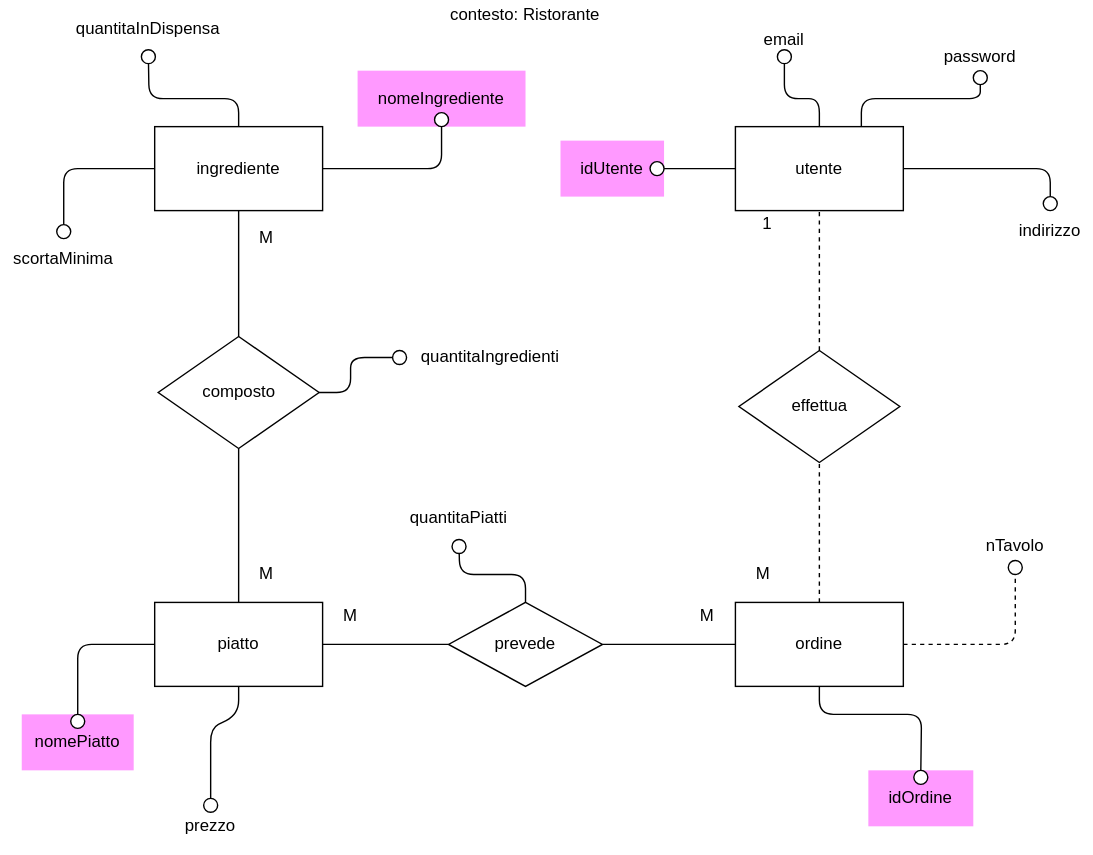
Earlier version of the draw.io export E-R_diagram.svg (Santeenee/ExamProject). Source tidied: cells renumbered, new cells last; positions are measured from the earlier drawing's top-left corner, leaving out a move shared by most shapes. The source it was exported from:
```xml
<mxGraphModel>
  <root>
    <mxCell id="0" />
    <mxCell id="1" parent="0" />
    <mxCell id="2" value="ordine" style="rounded=0;whiteSpace=wrap;html=1;" parent="1" vertex="1">
      <mxGeometry x="525" y="430" width="120" height="60" as="geometry" />
    </mxCell>
    <mxCell id="3" value="piatto" style="rounded=0;whiteSpace=wrap;html=1;" parent="1" vertex="1">
      <mxGeometry x="110" y="430" width="120" height="60" as="geometry" />
    </mxCell>
    <mxCell id="4" value="composto" style="rhombus;whiteSpace=wrap;html=1;" parent="1" vertex="1">
      <mxGeometry x="112.5" y="240" width="115" height="80" as="geometry" />
    </mxCell>
    <mxCell id="5" value="prevede" style="rhombus;whiteSpace=wrap;html=1;" parent="1" vertex="1">
      <mxGeometry x="320" y="430" width="110" height="60" as="geometry" />
    </mxCell>
    <mxCell id="6" value="nTavolo" style="text;html=1;strokeColor=none;fillColor=none;align=center;verticalAlign=middle;whiteSpace=wrap;rounded=0;" parent="1" vertex="1">
      <mxGeometry x="700" y="380" width="50" height="20" as="geometry" />
    </mxCell>
    <mxCell id="7" value="ingrediente" style="rounded=0;whiteSpace=wrap;html=1;" parent="1" vertex="1">
      <mxGeometry x="110" y="90" width="120" height="60" as="geometry" />
    </mxCell>
    <mxCell id="8" value="quantitaInDispensa" style="text;html=1;strokeColor=none;fillColor=none;align=center;verticalAlign=middle;whiteSpace=wrap;rounded=0;" parent="1" vertex="1">
      <mxGeometry x="41" width="129" height="40" as="geometry" />
    </mxCell>
    <mxCell id="9" value="scortaMinima" style="text;html=1;strokeColor=none;fillColor=none;align=center;verticalAlign=middle;whiteSpace=wrap;rounded=0;" parent="1" vertex="1">
      <mxGeometry y="160" width="90" height="50" as="geometry" />
    </mxCell>
    <mxCell id="10" value="prezzo" style="text;html=1;strokeColor=none;fillColor=none;align=center;verticalAlign=middle;whiteSpace=wrap;rounded=0;" parent="1" vertex="1">
      <mxGeometry x="120" y="570" width="60" height="40" as="geometry" />
    </mxCell>
    <mxCell id="11" value="quantitaIngredienti" style="text;html=1;strokeColor=none;fillColor=none;align=center;verticalAlign=middle;whiteSpace=wrap;rounded=0;" parent="1" vertex="1">
      <mxGeometry x="280" y="230" width="140" height="50" as="geometry" />
    </mxCell>
    <mxCell id="12" value="nomePiatto" style="text;html=1;strokeColor=none;fillColor=#FF99FF;align=center;verticalAlign=middle;whiteSpace=wrap;rounded=0;" parent="1" vertex="1">
      <mxGeometry x="15" y="510" width="80" height="40" as="geometry" />
    </mxCell>
    <mxCell id="13" value="idOrdine" style="text;html=1;strokeColor=none;fillColor=#FF99FF;align=center;verticalAlign=middle;whiteSpace=wrap;rounded=0;" parent="1" vertex="1">
      <mxGeometry x="620" y="550" width="75" height="40" as="geometry" />
    </mxCell>
    <mxCell id="14" value="indirizzo" style="text;html=1;strokeColor=none;fillColor=none;align=center;verticalAlign=middle;whiteSpace=wrap;rounded=0;" parent="1" vertex="1">
      <mxGeometry x="720" y="140" width="60" height="50" as="geometry" />
    </mxCell>
    <mxCell id="15" style="endArrow=none;dashed=1;html=1;exitX=1;exitY=0.5;exitDx=0;exitDy=0;entryX=0.5;entryY=1;entryDx=0;entryDy=0;" parent="1" edge="1" source="2" target="6">
      <mxGeometry relative="1" as="geometry">
        <Array as="points">
          <mxPoint x="725" y="460" />
        </Array>
      </mxGeometry>
    </mxCell>
    <mxCell id="16" value="nomeIngrediente" style="text;html=1;strokeColor=none;fillColor=#FF99FF;align=center;verticalAlign=middle;whiteSpace=wrap;rounded=0;" parent="1" vertex="1">
      <mxGeometry x="255" y="50" width="120" height="40" as="geometry" />
    </mxCell>
    <mxCell id="17" value="M" style="text;html=1;strokeColor=none;fillColor=none;align=center;verticalAlign=middle;whiteSpace=wrap;rounded=0;" parent="1" vertex="1">
      <mxGeometry x="170" y="400" width="40" height="20" as="geometry" />
    </mxCell>
    <mxCell id="18" value="M" style="text;html=1;strokeColor=none;fillColor=none;align=center;verticalAlign=middle;whiteSpace=wrap;rounded=0;" parent="1" vertex="1">
      <mxGeometry x="170" y="160" width="40" height="20" as="geometry" />
    </mxCell>
    <mxCell id="19" value="M" style="text;html=1;strokeColor=none;fillColor=none;align=center;verticalAlign=middle;whiteSpace=wrap;rounded=0;" parent="1" vertex="1">
      <mxGeometry x="230" y="430" width="40" height="20" as="geometry" />
    </mxCell>
    <mxCell id="20" value="M" style="text;html=1;strokeColor=none;fillColor=none;align=center;verticalAlign=middle;whiteSpace=wrap;rounded=0;" parent="1" vertex="1">
      <mxGeometry x="485" y="430" width="40" height="20" as="geometry" />
    </mxCell>
    <mxCell id="21" value="contesto: Ristorante" style="text;html=1;strokeColor=none;fillColor=none;align=center;verticalAlign=middle;whiteSpace=wrap;rounded=0;" parent="1" vertex="1">
      <mxGeometry x="310" width="130" height="20" as="geometry" />
    </mxCell>
    <mxCell id="22" value="utente" style="rounded=0;whiteSpace=wrap;html=1;" parent="1" vertex="1">
      <mxGeometry x="525" y="90" width="120" height="60" as="geometry" />
    </mxCell>
    <mxCell id="23" value="effettua" style="rhombus;whiteSpace=wrap;html=1;" parent="1" vertex="1">
      <mxGeometry x="527.5" y="250" width="115" height="80" as="geometry" />
    </mxCell>
    <mxCell id="24" value="1" style="text;html=1;strokeColor=none;fillColor=none;align=center;verticalAlign=middle;whiteSpace=wrap;rounded=0;" parent="1" vertex="1">
      <mxGeometry x="527.5" y="150" width="40" height="20" as="geometry" />
    </mxCell>
    <mxCell id="25" value="M" style="text;html=1;strokeColor=none;fillColor=none;align=center;verticalAlign=middle;whiteSpace=wrap;rounded=0;" parent="1" vertex="1">
      <mxGeometry x="525" y="400" width="40" height="20" as="geometry" />
    </mxCell>
    <mxCell id="26" value="quantitaPiatti" style="text;html=1;strokeColor=none;fillColor=none;align=center;verticalAlign=middle;whiteSpace=wrap;rounded=0;" parent="1" vertex="1">
      <mxGeometry x="280" y="350" width="95" height="40" as="geometry" />
    </mxCell>
    <mxCell id="27" style="endArrow=none;html=1;exitX=0.5;exitY=1;exitDx=0;exitDy=0;entryX=0.5;entryY=0;entryDx=0;entryDy=0;" parent="1" edge="1" source="7" target="4">
      <mxGeometry relative="1" as="geometry" />
    </mxCell>
    <mxCell id="28" style="endArrow=none;html=1;exitX=0.5;exitY=1;exitDx=0;exitDy=0;entryX=0.5;entryY=0;entryDx=0;entryDy=0;" parent="1" edge="1" source="4" target="3">
      <mxGeometry relative="1" as="geometry" />
    </mxCell>
    <mxCell id="29" style="endArrow=none;html=1;exitX=1;exitY=0.5;exitDx=0;exitDy=0;entryX=0;entryY=0.5;entryDx=0;entryDy=0;" parent="1" edge="1" source="3" target="5">
      <mxGeometry relative="1" as="geometry" />
    </mxCell>
    <mxCell id="30" style="endArrow=none;html=1;exitX=1;exitY=0.5;exitDx=0;exitDy=0;entryX=0;entryY=0.5;entryDx=0;entryDy=0;" parent="1" edge="1" source="5" target="2">
      <mxGeometry relative="1" as="geometry" />
    </mxCell>
    <mxCell id="31" style="endArrow=none;dashed=1;html=1;entryX=0.5;entryY=1;entryDx=0;entryDy=0;exitX=0.5;exitY=0;exitDx=0;exitDy=0;" parent="1" edge="1" source="23" target="22">
      <mxGeometry relative="1" as="geometry" />
    </mxCell>
    <mxCell id="32" style="endArrow=none;dashed=1;html=1;exitX=0.5;exitY=0;exitDx=0;exitDy=0;entryX=0.5;entryY=1;entryDx=0;entryDy=0;" parent="1" edge="1" source="2" target="23">
      <mxGeometry relative="1" as="geometry" />
    </mxCell>
    <mxCell id="33" value="email" style="text;html=1;strokeColor=none;fillColor=none;align=center;verticalAlign=middle;whiteSpace=wrap;rounded=0;" parent="1" vertex="1">
      <mxGeometry x="530" y="10" width="60" height="35" as="geometry" />
    </mxCell>
    <mxCell id="34" value="password" style="text;html=1;strokeColor=none;fillColor=none;align=center;verticalAlign=middle;whiteSpace=wrap;rounded=0;" parent="1" vertex="1">
      <mxGeometry x="660" y="20" width="80" height="40" as="geometry" />
    </mxCell>
    <mxCell id="35" style="ellipse;whiteSpace=wrap;html=1;fillColor=#FFFFFF;" parent="1" vertex="1">
      <mxGeometry x="50" y="510" width="10" height="10" as="geometry" />
    </mxCell>
    <mxCell id="36" style="ellipse;whiteSpace=wrap;html=1;fillColor=#FFFFFF;" parent="1" vertex="1">
      <mxGeometry x="145" y="570" width="10" height="10" as="geometry" />
    </mxCell>
    <mxCell id="37" style="endArrow=none;html=1;entryX=0.5;entryY=0;entryDx=0;entryDy=0;exitX=0.5;exitY=1;exitDx=0;exitDy=0;" parent="1" edge="1" source="33" target="22">
      <mxGeometry relative="1" as="geometry">
        <Array as="points">
          <mxPoint x="560" y="70" />
          <mxPoint x="585" y="70" />
        </Array>
      </mxGeometry>
    </mxCell>
    <mxCell id="38" style="endArrow=none;html=1;exitX=0.75;exitY=0;exitDx=0;exitDy=0;entryX=0.5;entryY=1;entryDx=0;entryDy=0;" parent="1" edge="1" source="22" target="34">
      <mxGeometry relative="1" as="geometry">
        <Array as="points">
          <mxPoint x="615" y="70" />
          <mxPoint x="700" y="70" />
        </Array>
      </mxGeometry>
    </mxCell>
    <mxCell id="39" style="endArrow=none;html=1;exitX=1;exitY=0.5;exitDx=0;exitDy=0;entryX=0.5;entryY=0;entryDx=0;entryDy=0;" parent="1" edge="1" source="22" target="14">
      <mxGeometry relative="1" as="geometry">
        <Array as="points">
          <mxPoint x="750" y="120" />
        </Array>
      </mxGeometry>
    </mxCell>
    <mxCell id="40" style="endArrow=none;html=1;exitX=0.5;exitY=1;exitDx=0;exitDy=0;entryX=0.5;entryY=0;entryDx=0;entryDy=0;" parent="1" edge="1" source="2" target="13">
      <mxGeometry relative="1" as="geometry">
        <Array as="points">
          <mxPoint x="585" y="510" />
          <mxPoint x="658" y="510" />
        </Array>
      </mxGeometry>
    </mxCell>
    <mxCell id="41" style="endArrow=none;html=1;exitX=0.5;exitY=1;exitDx=0;exitDy=0;entryX=0.5;entryY=0;entryDx=0;entryDy=0;" parent="1" edge="1" source="3" target="10">
      <mxGeometry relative="1" as="geometry">
        <Array as="points">
          <mxPoint x="170" y="510" />
          <mxPoint x="150" y="520" />
        </Array>
      </mxGeometry>
    </mxCell>
    <mxCell id="42" style="endArrow=none;html=1;exitX=0;exitY=0.5;exitDx=0;exitDy=0;entryX=0.5;entryY=0;entryDx=0;entryDy=0;" parent="1" edge="1" source="3" target="12">
      <mxGeometry relative="1" as="geometry">
        <Array as="points">
          <mxPoint x="55" y="460" />
        </Array>
      </mxGeometry>
    </mxCell>
    <mxCell id="43" style="endArrow=none;html=1;exitX=1;exitY=0.5;exitDx=0;exitDy=0;entryX=0.5;entryY=1;entryDx=0;entryDy=0;" parent="1" edge="1" source="7" target="16">
      <mxGeometry relative="1" as="geometry">
        <Array as="points">
          <mxPoint x="315" y="120" />
        </Array>
      </mxGeometry>
    </mxCell>
    <mxCell id="44" style="endArrow=none;html=1;exitX=0;exitY=0.5;exitDx=0;exitDy=0;entryX=0.5;entryY=0;entryDx=0;entryDy=0;" parent="1" edge="1" source="7" target="9">
      <mxGeometry relative="1" as="geometry">
        <Array as="points">
          <mxPoint x="45" y="120" />
        </Array>
      </mxGeometry>
    </mxCell>
    <mxCell id="45" style="endArrow=none;html=1;exitX=0.5;exitY=0;exitDx=0;exitDy=0;entryX=0.5;entryY=1;entryDx=0;entryDy=0;" parent="1" edge="1" source="7" target="8">
      <mxGeometry relative="1" as="geometry">
        <Array as="points">
          <mxPoint x="170" y="70" />
          <mxPoint x="106" y="70" />
        </Array>
      </mxGeometry>
    </mxCell>
    <mxCell id="46" style="endArrow=none;html=1;exitX=1;exitY=0.5;exitDx=0;exitDy=0;entryX=0;entryY=0.5;entryDx=0;entryDy=0;" parent="1" edge="1" source="4" target="11">
      <mxGeometry relative="1" as="geometry">
        <Array as="points">
          <mxPoint x="250" y="280" />
          <mxPoint x="250" y="255" />
        </Array>
      </mxGeometry>
    </mxCell>
    <mxCell id="47" style="endArrow=none;html=1;exitX=0.5;exitY=0;exitDx=0;exitDy=0;entryX=0.5;entryY=1;entryDx=0;entryDy=0;" parent="1" edge="1" source="5" target="26">
      <mxGeometry relative="1" as="geometry">
        <Array as="points">
          <mxPoint x="375" y="410" />
          <mxPoint x="328" y="410" />
        </Array>
      </mxGeometry>
    </mxCell>
    <mxCell id="48" style="ellipse;whiteSpace=wrap;html=1;fillColor=#FFFFFF;" parent="1" vertex="1">
      <mxGeometry x="652.5" y="550" width="10" height="10" as="geometry" />
    </mxCell>
    <mxCell id="49" style="ellipse;whiteSpace=wrap;html=1;fillColor=#FFFFFF;" parent="1" vertex="1">
      <mxGeometry x="720" y="400" width="10" height="10" as="geometry" />
    </mxCell>
    <mxCell id="50" style="ellipse;whiteSpace=wrap;html=1;fillColor=#FFFFFF;" parent="1" vertex="1">
      <mxGeometry x="745" y="140" width="10" height="10" as="geometry" />
    </mxCell>
    <mxCell id="51" style="ellipse;whiteSpace=wrap;html=1;fillColor=#FFFFFF;" parent="1" vertex="1">
      <mxGeometry x="695" y="50" width="10" height="10" as="geometry" />
    </mxCell>
    <mxCell id="52" style="ellipse;whiteSpace=wrap;html=1;fillColor=#FFFFFF;" parent="1" vertex="1">
      <mxGeometry x="555" y="35" width="10" height="10" as="geometry" />
    </mxCell>
    <mxCell id="53" style="ellipse;whiteSpace=wrap;html=1;fillColor=#FFFFFF;" parent="1" vertex="1">
      <mxGeometry x="310" y="80" width="10" height="10" as="geometry" />
    </mxCell>
    <mxCell id="54" style="ellipse;whiteSpace=wrap;html=1;fillColor=#FFFFFF;" parent="1" vertex="1">
      <mxGeometry x="40" y="160" width="10" height="10" as="geometry" />
    </mxCell>
    <mxCell id="55" style="ellipse;whiteSpace=wrap;html=1;fillColor=#FFFFFF;" parent="1" vertex="1">
      <mxGeometry x="280" y="250" width="10" height="10" as="geometry" />
    </mxCell>
    <mxCell id="56" style="ellipse;whiteSpace=wrap;html=1;fillColor=#FFFFFF;" parent="1" vertex="1">
      <mxGeometry x="322.5" y="385" width="10" height="10" as="geometry" />
    </mxCell>
    <mxCell id="57" style="ellipse;whiteSpace=wrap;html=1;fillColor=#FFFFFF;" parent="1" vertex="1">
      <mxGeometry x="100.5" y="35" width="10" height="10" as="geometry" />
    </mxCell>
    <mxCell id="58" style="endArrow=none;html=1;entryX=0;entryY=0.5;entryDx=0;entryDy=0;exitX=1;exitY=0.5;exitDx=0;exitDy=0;" parent="1" edge="1" source="59" target="22">
      <mxGeometry relative="1" as="geometry" />
    </mxCell>
    <mxCell id="59" value="idUtente" style="text;html=1;strokeColor=none;fillColor=#FF99FF;align=center;verticalAlign=middle;whiteSpace=wrap;rounded=0;" parent="1" vertex="1">
      <mxGeometry x="400" y="100" width="74" height="40" as="geometry" />
    </mxCell>
    <mxCell id="60" style="ellipse;whiteSpace=wrap;html=1;fillColor=#FFFFFF;" parent="1" vertex="1">
      <mxGeometry x="464" y="115" width="10" height="10" as="geometry" />
    </mxCell>
  </root>
</mxGraphModel>
```
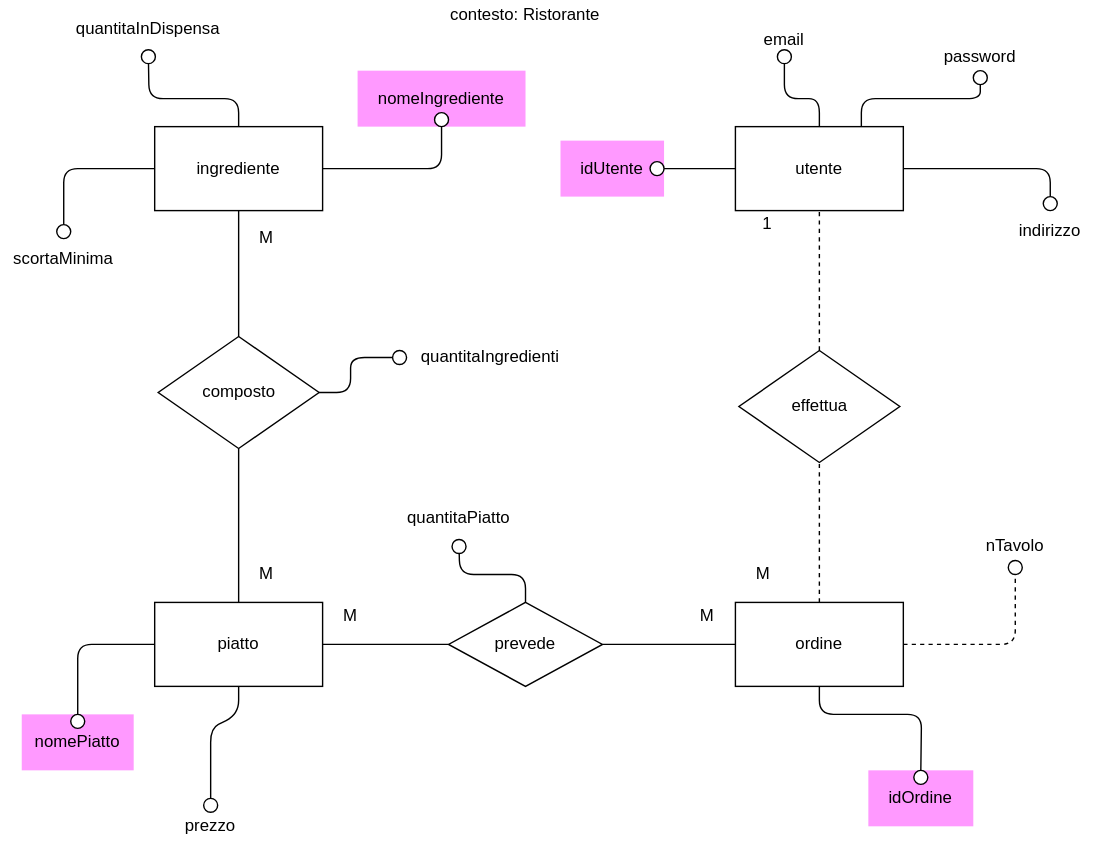
The same diagram one commit later.

Change to the diagram source:
```diff
@@ -78,7 +78,7 @@
     <mxCell id="25" value="M" style="text;html=1;strokeColor=none;fillColor=none;align=center;verticalAlign=middle;whiteSpace=wrap;rounded=0;" parent="1" vertex="1">
       <mxGeometry x="525" y="400" width="40" height="20" as="geometry" />
     </mxCell>
-    <mxCell id="26" value="quantitaPiatti" style="text;html=1;strokeColor=none;fillColor=none;align=center;verticalAlign=middle;whiteSpace=wrap;rounded=0;" parent="1" vertex="1">
+    <mxCell id="26" value="quantitaPiatto" style="text;html=1;strokeColor=none;fillColor=none;align=center;verticalAlign=middle;whiteSpace=wrap;rounded=0;" parent="1" vertex="1">
       <mxGeometry x="280" y="350" width="95" height="40" as="geometry" />
     </mxCell>
     <mxCell id="27" style="endArrow=none;html=1;exitX=0.5;exitY=1;exitDx=0;exitDy=0;entryX=0.5;entryY=0;entryDx=0;entryDy=0;" parent="1" edge="1" source="7" target="4">
```
